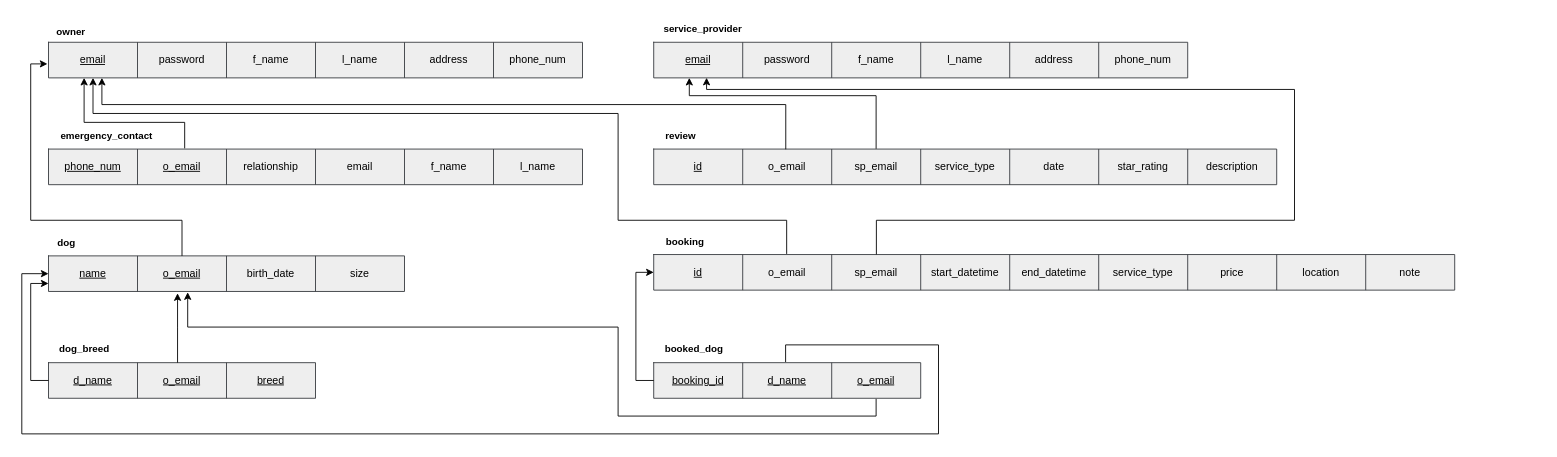
Earlier version of the draw.io diagram BarkBase Relational Schema.drawio (BraedonHaensel/barkbase). Source tidied: cells renumbered, new cells numbered last; positions are measured from the earlier drawing's top-left corner, leaving out a move shared by most shapes. Both pictures are drawn from the tidied source at 89%, with x=0, y=0 at pixel (21, 15).
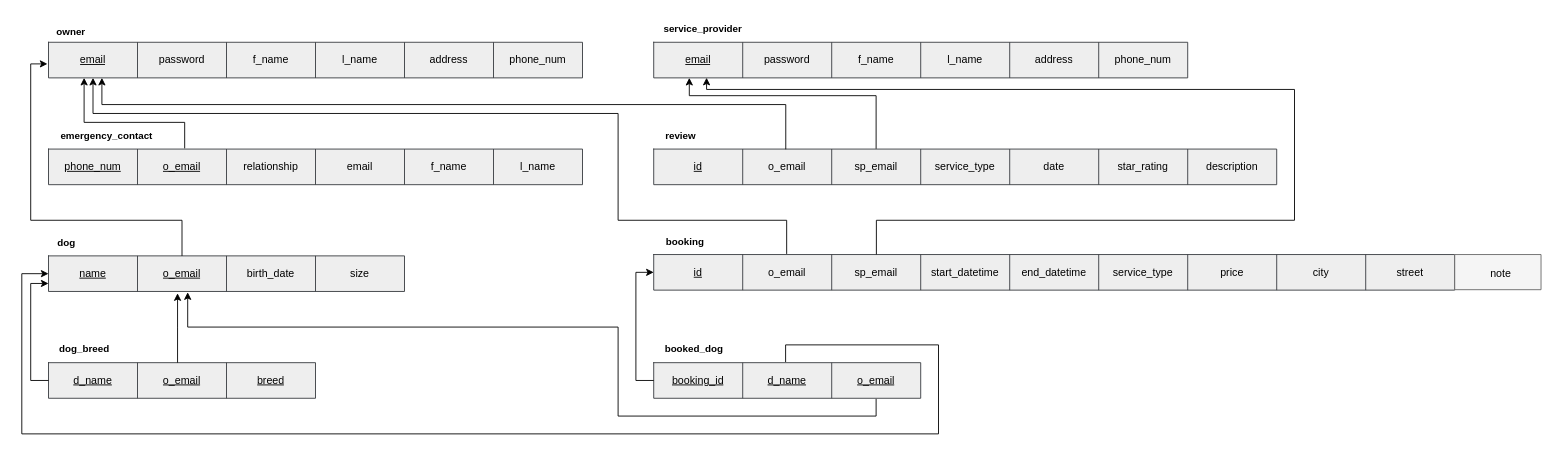
The same page after the edit.

Unchanged cells that the change refers to:
```xml
<mxCell id="36" style="shape=tableRow;horizontal=0;startSize=0;swimlaneHead=0;swimlaneBody=0;strokeColor=inherit;top=0;left=0;bottom=0;right=0;fillColor=none;points=[[0,0.5],[1,0.5]];portConstraint=eastwest;" parent="35" vertex="1">
  <mxGeometry width="900" height="40" as="geometry" />
</mxCell>
```

Diff of the diagram source:
```diff
@@
-    <mxCell id="44" value="location" style="shape=partialRectangle;html=1;whiteSpace=wrap;strokeColor=inherit;overflow=hidden;fillColor=none;top=0;left=0;bottom=0;right=0;" parent="36" vertex="1">
+    <mxCell id="44" value="city" style="shape=partialRectangle;html=1;whiteSpace=wrap;strokeColor=inherit;overflow=hidden;fillColor=none;top=0;left=0;bottom=0;right=0;" parent="36" vertex="1">
       <mxGeometry x="700" width="100" height="40" as="geometry" />
     </mxCell>
-    <mxCell id="45" value="note" style="shape=partialRectangle;html=1;whiteSpace=wrap;strokeColor=inherit;overflow=hidden;fillColor=none;top=0;left=0;bottom=0;right=0;" parent="36" vertex="1">
+    <mxCell id="45" value="street" style="shape=partialRectangle;html=1;whiteSpace=wrap;strokeColor=inherit;overflow=hidden;fillColor=none;top=0;left=0;bottom=0;right=0;" parent="36" vertex="1">
       <mxGeometry x="800" width="100" height="40" as="geometry" />
     </mxCell>
@@
+    <mxCell id="81" style="verticalLabelPosition=bottom;verticalAlign=top;html=1;shape=mxgraph.basic.rect;fillColor2=none;strokeWidth=1;size=20;indent=5;fillColor=#f5f5f5;fontColor=#333333;strokeColor=#666666;" parent="1" vertex="1">
+      <mxGeometry x="1610" y="268.5" width="97" height="39.5" as="geometry" />
+    </mxCell>
+    <mxCell id="82" value="note" style="text;html=1;whiteSpace=wrap;strokeColor=none;fillColor=none;align=center;verticalAlign=middle;rounded=0;" parent="1" vertex="1">
+      <mxGeometry x="1632" y="275" width="60" height="30" as="geometry" />
+    </mxCell>
```
